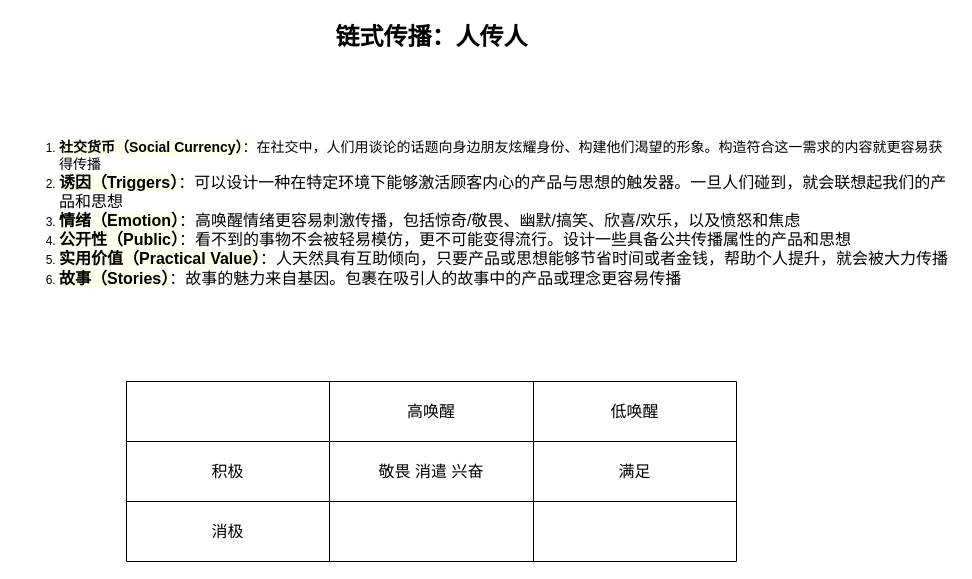
Before: 未命名绘图.drawio in ywdlucking/uml, a draw.io diagram. Source tidied: cells renumbered, new cells numbered last; positions are measured from the earlier drawing's top-left corner, leaving out a move shared by most shapes. Both pictures are drawn from the tidied source at 100%, with x=0, y=0 at pixel (17, 17).
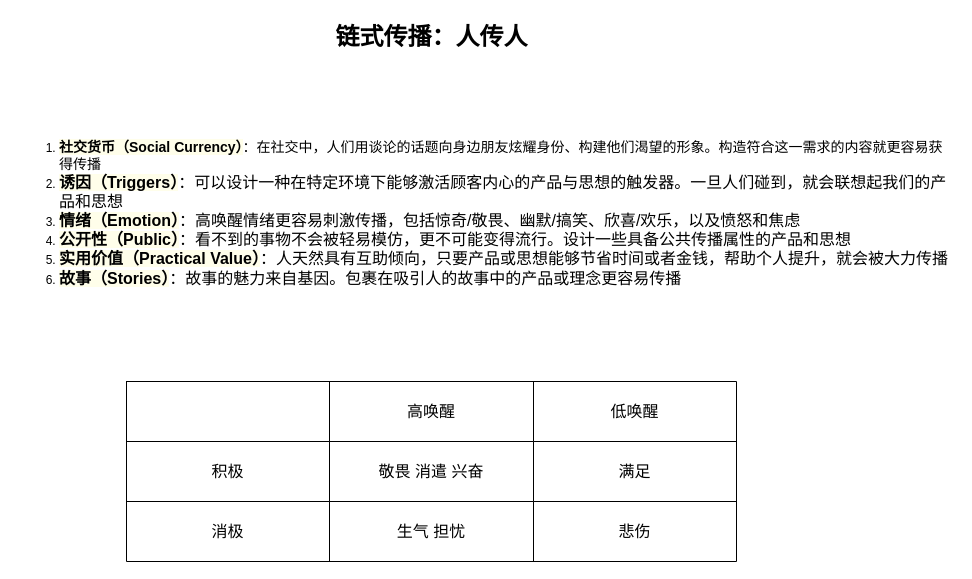
Above is the later version.

Commit message:
更新未命名绘图.drawio

The edit, as a diff of the source:
```diff
@@
 <mxGraphModel>
   <root>
     <mxCell id="0" />
     <mxCell id="1" parent="0" />
     <mxCell id="2" style="shape=table;startSize=0;childLayout=tableLayout;fontSize=16;" parent="1" vertex="1">
       <mxGeometry x="109" y="364" width="610" height="180" as="geometry" />
     </mxCell>
     <mxCell id="3" style="shape=tableRow;horizontal=0;startSize=0;swimlaneHead=0;swimlaneBody=0;strokeColor=inherit;top=0;left=0;bottom=0;right=0;fillColor=none;fontSize=16;" parent="2" vertex="1">
       <mxGeometry width="610" height="60" as="geometry" />
     </mxCell>
     <mxCell id="4" style="shape=partialRectangle;html=1;whiteSpace=wrap;strokeColor=inherit;overflow=hidden;fillColor=none;top=0;left=0;bottom=0;right=0;fontSize=16;" parent="3" vertex="1">
       <mxGeometry width="203" height="60" as="geometry" />
     </mxCell>
     <mxCell id="5" value="高唤醒" style="shape=partialRectangle;html=1;whiteSpace=wrap;strokeColor=inherit;overflow=hidden;fillColor=none;top=0;left=0;bottom=0;right=0;fontSize=16;" parent="3" vertex="1">
       <mxGeometry x="203" width="204" height="60" as="geometry" />
     </mxCell>
     <mxCell id="6" value="低唤醒" style="shape=partialRectangle;html=1;whiteSpace=wrap;strokeColor=inherit;overflow=hidden;fillColor=none;top=0;left=0;bottom=0;right=0;fontSize=16;" parent="3" vertex="1">
       <mxGeometry x="407" width="203" height="60" as="geometry" />
     </mxCell>
     <mxCell id="7" style="shape=tableRow;horizontal=0;startSize=0;swimlaneHead=0;swimlaneBody=0;strokeColor=inherit;top=0;left=0;bottom=0;right=0;fillColor=none;fontSize=16;" parent="2" vertex="1">
       <mxGeometry y="60" width="610" height="60" as="geometry" />
     </mxCell>
     <mxCell id="8" value="积极" style="shape=partialRectangle;html=1;whiteSpace=wrap;strokeColor=inherit;overflow=hidden;fillColor=none;top=0;left=0;bottom=0;right=0;fontSize=16;" parent="7" vertex="1">
       <mxGeometry width="203" height="60" as="geometry" />
     </mxCell>
     <mxCell id="9" value="敬畏 消遣 兴奋" style="shape=partialRectangle;html=1;whiteSpace=wrap;strokeColor=inherit;overflow=hidden;fillColor=none;top=0;left=0;bottom=0;right=0;fontSize=16;" parent="7" vertex="1">
       <mxGeometry x="203" width="204" height="60" as="geometry" />
     </mxCell>
     <mxCell id="10" value="满足" style="shape=partialRectangle;html=1;whiteSpace=wrap;strokeColor=inherit;overflow=hidden;fillColor=none;top=0;left=0;bottom=0;right=0;fontSize=16;" parent="7" vertex="1">
       <mxGeometry x="407" width="203" height="60" as="geometry" />
     </mxCell>
     <mxCell id="11" style="shape=tableRow;horizontal=0;startSize=0;swimlaneHead=0;swimlaneBody=0;strokeColor=inherit;top=0;left=0;bottom=0;right=0;fillColor=none;fontSize=16;" parent="2" vertex="1">
       <mxGeometry y="120" width="610" height="60" as="geometry" />
     </mxCell>
     <mxCell id="12" value="消极" style="shape=partialRectangle;html=1;whiteSpace=wrap;strokeColor=inherit;overflow=hidden;fillColor=none;top=0;left=0;bottom=0;right=0;fontSize=16;" parent="11" vertex="1">
       <mxGeometry width="203" height="60" as="geometry" />
     </mxCell>
-    <mxCell id="13" style="shape=partialRectangle;html=1;whiteSpace=wrap;strokeColor=inherit;overflow=hidden;fillColor=none;top=0;left=0;bottom=0;right=0;fontSize=16;" parent="11" vertex="1">
+    <mxCell id="13" value="生气 担忧" style="shape=partialRectangle;html=1;whiteSpace=wrap;strokeColor=inherit;overflow=hidden;fillColor=none;top=0;left=0;bottom=0;right=0;fontSize=16;" parent="11" vertex="1">
       <mxGeometry x="203" width="204" height="60" as="geometry" />
     </mxCell>
-    <mxCell id="14" style="shape=partialRectangle;html=1;whiteSpace=wrap;strokeColor=inherit;overflow=hidden;fillColor=none;top=0;left=0;bottom=0;right=0;fontSize=16;" parent="11" vertex="1">
+    <mxCell id="14" value="悲伤" style="shape=partialRectangle;html=1;whiteSpace=wrap;strokeColor=inherit;overflow=hidden;fillColor=none;top=0;left=0;bottom=0;right=0;fontSize=16;" parent="11" vertex="1">
       <mxGeometry x="407" width="203" height="60" as="geometry" />
     </mxCell>
     <mxCell id="15" value="链式传播：人传人" style="text;strokeColor=none;fillColor=none;html=1;fontSize=24;fontStyle=1;verticalAlign=middle;align=center;" parent="1" vertex="1">
       <mxGeometry x="364" width="100" height="40" as="geometry" />
     </mxCell>
     <mxCell id="16" value="&lt;ol&gt;&lt;li style=&quot;box-sizing: border-box;&quot;&gt;&lt;font style=&quot;font-size: 14px;&quot;&gt;&lt;span style=&quot;box-sizing: border-box; font-weight: bolder; background-color: rgba(255, 254, 213, 0.5);&quot;&gt;社交货币（Social Currency）&lt;/span&gt;：在社交中，人们用谈论的话题向身边朋友炫耀身份、构建他们渴望的形象。构造符合这一需求的内容就更容易获得传播&lt;/font&gt;&lt;/li&gt;&lt;li style=&quot;box-sizing: border-box;&quot;&gt;&lt;font size=&quot;3&quot; style=&quot;&quot;&gt;&lt;span style=&quot;box-sizing: border-box; font-weight: bolder; background-color: rgba(255, 254, 213, 0.5);&quot;&gt;诱因（Triggers）&lt;/span&gt;：可以设计一种在特定环境下能够激活顾客内心的产品与思想的触发器。一旦人们碰到，就会联想起我们的产品和思想&lt;/font&gt;&lt;/li&gt;&lt;li style=&quot;box-sizing: border-box;&quot;&gt;&lt;font size=&quot;3&quot;&gt;&lt;span style=&quot;box-sizing: border-box; font-weight: bolder; background-color: rgba(255, 254, 213, 0.5);&quot;&gt;情绪（Emotion）&lt;/span&gt;：高唤醒情绪更容易刺激传播，包括惊奇/敬畏、幽默/搞笑、欣喜/欢乐，以及愤怒和焦虑&lt;/font&gt;&lt;/li&gt;&lt;li style=&quot;box-sizing: border-box;&quot;&gt;&lt;font size=&quot;3&quot;&gt;&lt;span style=&quot;box-sizing: border-box; font-weight: bolder; background-color: rgba(255, 254, 213, 0.5);&quot;&gt;公开性（Public）&lt;/span&gt;：看不到的事物不会被轻易模仿，更不可能变得流行。设计一些具备公共传播属性的产品和思想&lt;/font&gt;&lt;/li&gt;&lt;li style=&quot;box-sizing: border-box;&quot;&gt;&lt;font size=&quot;3&quot;&gt;&lt;span style=&quot;box-sizing: border-box; font-weight: bolder; background-color: rgba(255, 254, 213, 0.5);&quot;&gt;实用价值（Practical Value）&lt;/span&gt;：人天然具有互助倾向，只要产品或思想能够节省时间或者金钱，帮助个人提升，就会被大力传播&lt;/font&gt;&lt;/li&gt;&lt;li style=&quot;box-sizing: border-box;&quot;&gt;&lt;font size=&quot;3&quot;&gt;&lt;span style=&quot;box-sizing: border-box; font-weight: bolder; background-color: rgba(255, 254, 213, 0.5);&quot;&gt;故事（Stories）&lt;/span&gt;：故事的魅力来自基因。包裹在吸引人的故事中的产品或理念更容易传播&lt;/font&gt;&lt;/li&gt;&lt;/ol&gt;" style="text;strokeColor=none;fillColor=none;html=1;whiteSpace=wrap;verticalAlign=middle;overflow=hidden;" parent="1" vertex="1">
       <mxGeometry y="84" width="938" height="224" as="geometry" />
     </mxCell>
   </root>
 </mxGraphModel>
```
